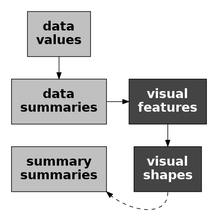
pmur002/hdvw keeps this Graphviz diagram as Diagrams/data-stat-vis-shape-stat.png. Above is the earlier version. Its source is kept beside it as Diagrams/data-stat-vis-shape-stat.dot.
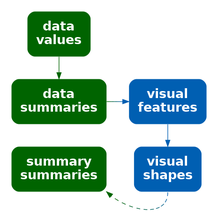
Above is the later version.

What changed in the source:
```diff
@@ -1,17 +1,17 @@
 digraph {
   graph [ rankdir=LR; margin=.2; nodesep=.5 ];
   node [ fontsize=20; fontname="sans bold"; margin=.2 ];
-  data [ label="data\nvalues"; shape=box; style=filled; fillcolor=gray ]
-  stat [ label="data\nsummaries"; shape=box; style=filled; fillcolor=gray ]
-  stat2 [ label="summary\nsummaries"; shape=box; style=filled; fillcolor=gray ]
+  data [ label="data\nvalues"; shape=box; style="filled, rounded"; penwidth=0; fontcolor=white; fillcolor="#006400" ]
+  stat [ label="data\nsummaries"; shape=box; style="filled, rounded"; penwidth=0; fontcolor=white; fillcolor="#006400" ]
+  stat2 [ label="summary\nsummaries"; shape=box; style="filled, rounded"; penwidth=0; fontcolor=white; fillcolor="#006400" ]
   vis [ label="visual\nfeatures"; shape=box;
-        style=filled; fillcolor="#444444"; fontcolor=white ]
+     style="filled, rounded"; penwidth=0; fontcolor=white; fillcolor="#005FB2" ]
   shape [ label="visual\nshapes"; shape=box;
-          style=filled; fillcolor="#444444"; fontcolor=white ]
-  data -> stat
-  stat -> vis
-  vis -> shape
-  shape:s -> stat2:se [ style="dashed" ]
+       style="filled, rounded"; penwidth=0; fontcolor=white; fillcolor="#005FB2" ]
+  data -> stat [ color="#006400" ]
+  stat -> vis [ color="#006400;0.1:#006314;0.1:#006328;0.1:#00623B;0.1:#00624F;0.1:#006163;0.1:#006177;0.1:#00608A;0.1:#00609E;0.1:#005FB2;0.1" ]
+  vis -> shape [ color="#005FB2" ]
+  shape:s -> stat2:se [ style="dashed", color="#005FB2;0.1:#00609E;0.1:#00608A;0.1:#006177;0.1:#006163;0.1:#00624F;0.1:#00623B;0.1:#006328;0.1:#006314;0.1:#006400;0.1" ]
 { rank=same; data, stat }
 { rank=same; data, stat2 }
 { rank=same; vis, shape }
```
